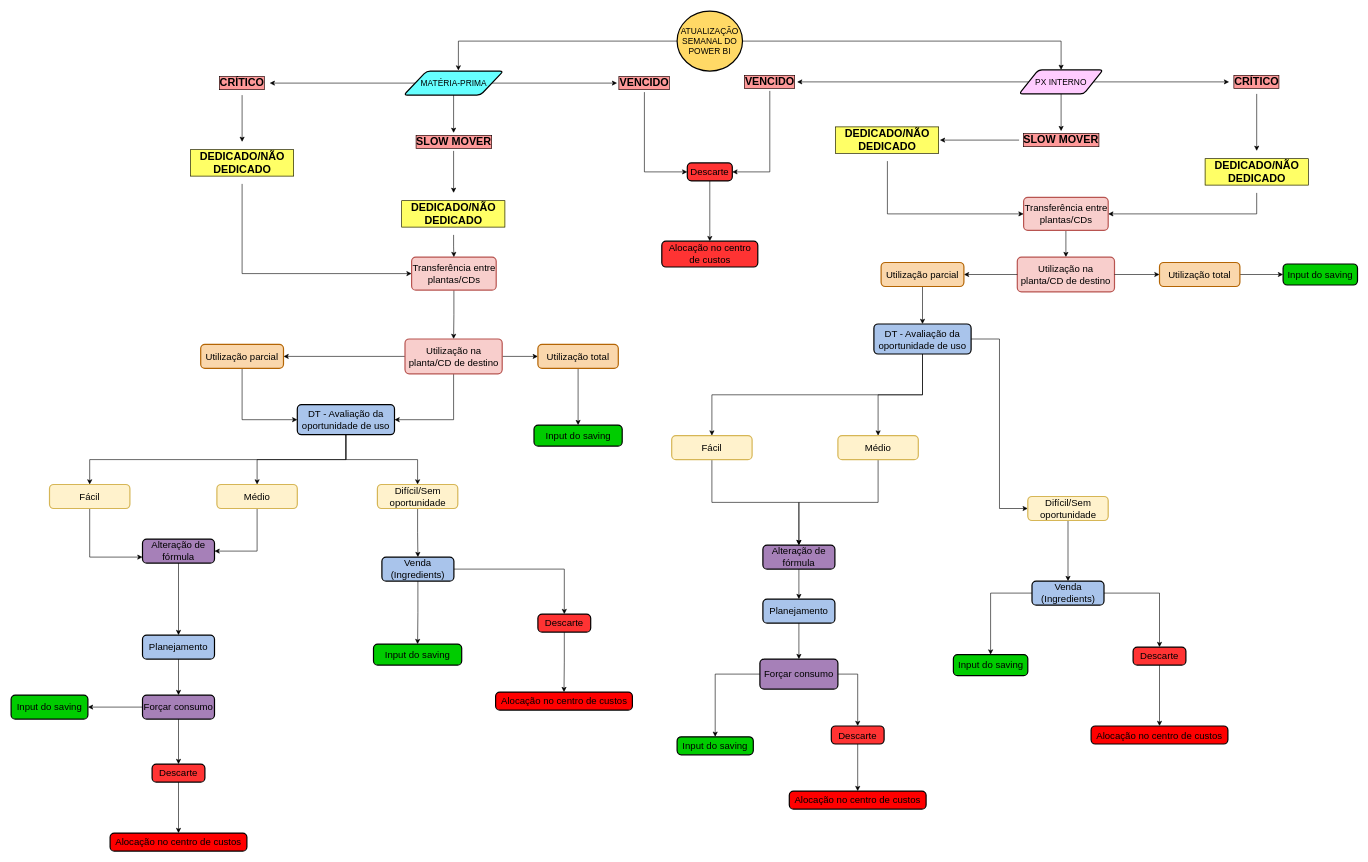
geovanafsantos/ascoisatudo keeps this draw.io diagram as page "MP e PX interno" (3 of 5) of Untitled Diagram.drawio. Above is the earlier version. Source tidied: cells renumbered, new cells numbered last; positions are measured from the earlier drawing's top-left corner, leaving out a move shared by most shapes. Both pictures are drawn from the tidied source at 60%, with x=0, y=0 at pixel (11, 11).
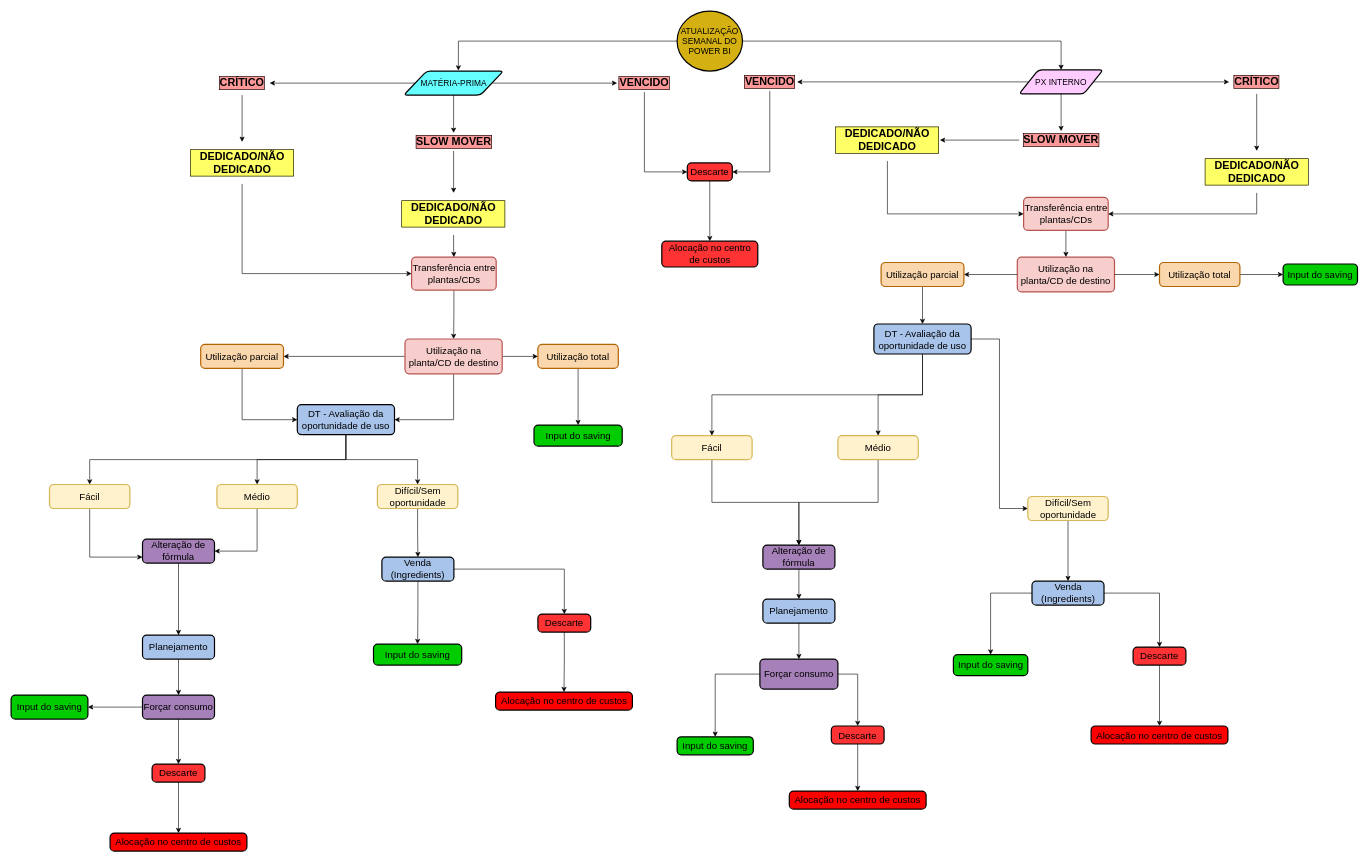
The same diagram, later.

Diff of the diagram source:
```diff
@@
-    <mxCell id="4" value="&lt;font style=&quot;font-size: 14px&quot;&gt;ATUALIZAÇÃO SEMANAL DO POWER BI&lt;/font&gt;" style="strokeWidth=2;html=1;shape=mxgraph.flowchart.start_2;whiteSpace=wrap;fillColor=#FFD966;fontSize=14;" parent="1" vertex="1">
+    <mxCell id="4" value="&lt;font style=&quot;font-size: 14px&quot;&gt;ATUALIZAÇÃO SEMANAL DO POWER BI&lt;/font&gt;" style="strokeWidth=2;html=1;shape=mxgraph.flowchart.start_2;whiteSpace=wrap;fillColor=#d4b012;fontSize=14;" parent="1" vertex="1">
       <mxGeometry x="1110" width="109" height="100" as="geometry" />
     </mxCell>
```
